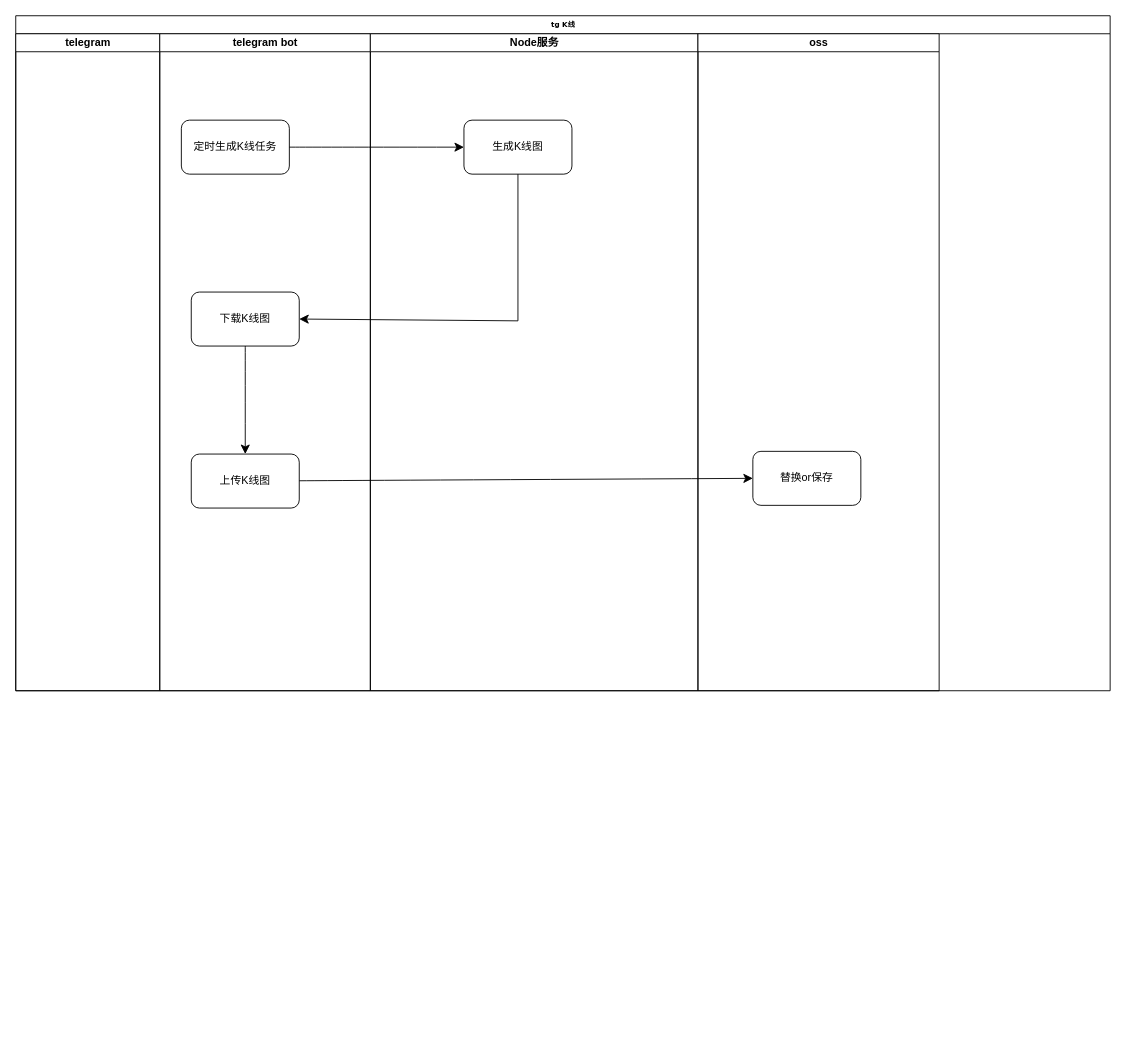
xu-xiwei/drawio keeps this draw.io diagram as tg报价优化.drawio. Above is the earlier version. Source tidied: cells renumbered, new cells numbered last; positions are measured from the earlier drawing's top-left corner, leaving out a move shared by most shapes. Both pictures are drawn from the tidied source at 90%, with x=0, y=0 at pixel (15, 15).
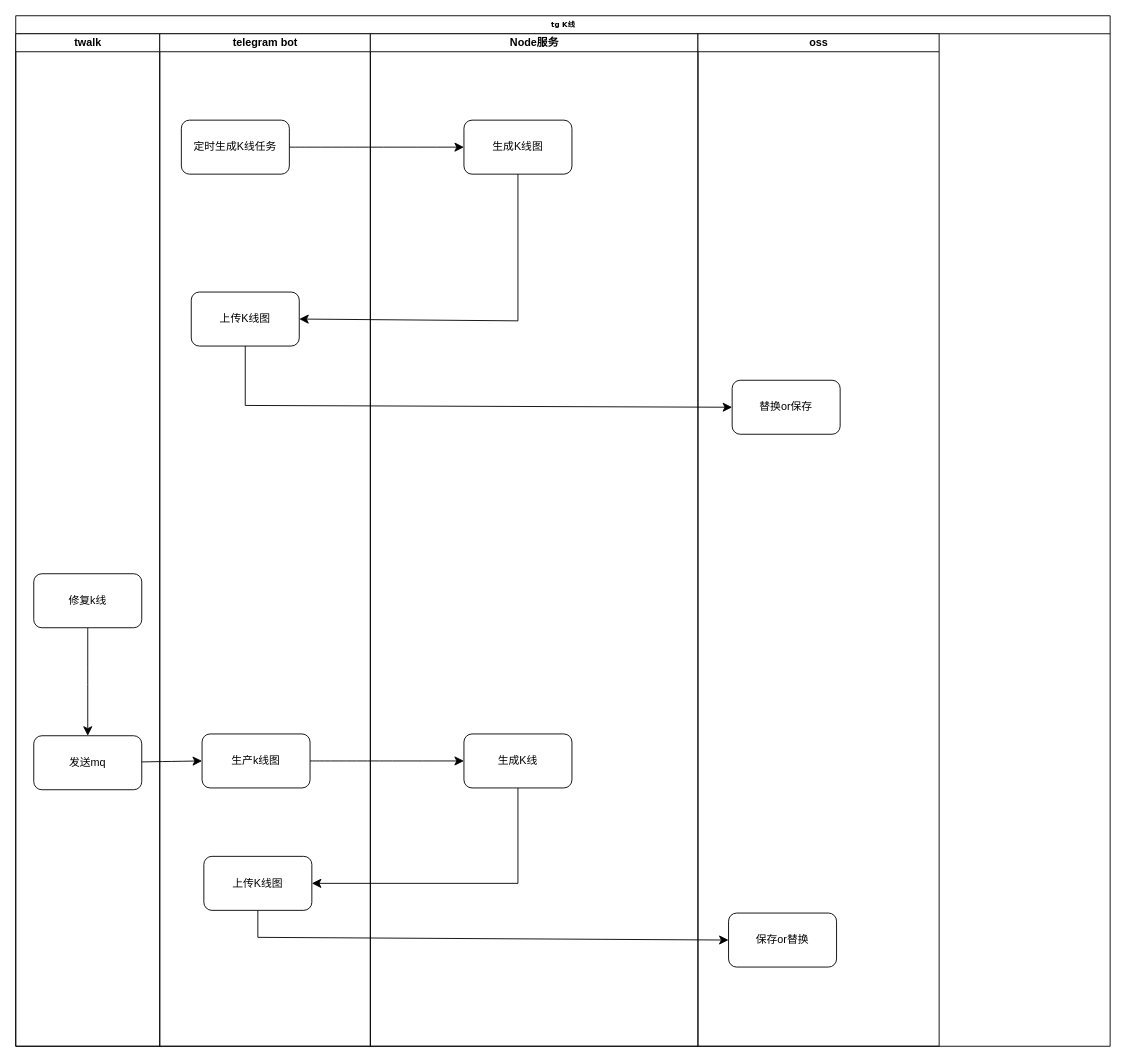
Above is the later version.

Commit message (it also covers changes not shown here):
更新tg报价优化.drawio

The edit, as a diff of the source:
```diff
@@
     <mxCell id="2" value="tg K线" style="swimlane;html=1;startSize=20;rounded=0;shadow=0;labelBackgroundColor=none;strokeWidth=1;fontFamily=Verdana;fontSize=8;align=center;" parent="1" vertex="1">
-      <mxGeometry width="1216" height="750" as="geometry" />
+      <mxGeometry width="1216" height="1145" as="geometry" />
     </mxCell>
-    <mxCell id="3" value="telegram" style="swimlane;html=1;startSize=20;" parent="2" vertex="1">
-      <mxGeometry y="20" width="160" height="730" as="geometry" />
+    <mxCell id="3" value="twalk" style="swimlane;html=1;startSize=20;" parent="2" vertex="1">
+      <mxGeometry y="20" width="160" height="1125" as="geometry" />
     </mxCell>
+    <mxCell id="16" style="edgeStyle=none;curved=1;rounded=0;jettySize=auto;html=1;fontSize=12;startSize=8;endSize=8;" parent="3" edge="1" source="17" target="18">
+      <mxGeometry relative="1" as="geometry" />
+    </mxCell>
+    <mxCell id="17" value="修复k线" style="rounded=1;whiteSpace=wrap;html=1;" parent="3" vertex="1">
+      <mxGeometry x="20" y="600" width="120" height="60" as="geometry" />
+    </mxCell>
+    <mxCell id="18" value="发送mq" style="whiteSpace=wrap;html=1;rounded=1;" parent="3" vertex="1">
+      <mxGeometry x="20" y="780" width="120" height="60" as="geometry" />
+    </mxCell>
     <mxCell id="4" value="telegram bot" style="swimlane;html=1;startSize=20;" parent="2" vertex="1">
-      <mxGeometry x="160" y="20" width="234" height="730" as="geometry" />
+      <mxGeometry x="160" y="20" width="234" height="1125" as="geometry" />
     </mxCell>
@@
-    <mxCell id="6" style="edgeStyle=none;curved=1;rounded=0;jettySize=auto;html=1;fontSize=12;startSize=8;endSize=8;" parent="4" edge="1" source="7" target="8">
-      <mxGeometry relative="1" as="geometry" />
-    </mxCell>
-    <mxCell id="7" value="下载K线图" style="whiteSpace=wrap;html=1;rounded=1;" parent="4" vertex="1">
+    <mxCell id="7" value="上传K线图" style="whiteSpace=wrap;html=1;rounded=1;" parent="4" vertex="1">
       <mxGeometry x="35" y="287" width="120" height="60" as="geometry" />
     </mxCell>
+    <mxCell id="19" value="生产k线图" style="rounded=1;whiteSpace=wrap;html=1;" parent="4" vertex="1">
+      <mxGeometry x="47" y="778" width="120" height="60" as="geometry" />
+    </mxCell>
     <mxCell id="8" value="上传K线图" style="whiteSpace=wrap;html=1;rounded=1;" parent="4" vertex="1">
-      <mxGeometry x="35" y="467" width="120" height="60" as="geometry" />
+      <mxGeometry x="49" y="914" width="120" height="60" as="geometry" />
     </mxCell>
     <mxCell id="9" value="Node服务" style="swimlane;html=1;startSize=20;" parent="2" vertex="1">
-      <mxGeometry x="394" y="20" width="364" height="730" as="geometry" />
+      <mxGeometry x="394" y="20" width="364" height="1125" as="geometry" />
     </mxCell>
@@
+    <mxCell id="20" value="生成K线" style="whiteSpace=wrap;html=1;rounded=1;" parent="9" vertex="1">
+      <mxGeometry x="104" y="778" width="120" height="60" as="geometry" />
+    </mxCell>
     <mxCell id="11" value="oss" style="swimlane;html=1;startSize=20;" parent="2" vertex="1">
-      <mxGeometry x="758" y="20" width="268" height="730" as="geometry" />
+      <mxGeometry x="758" y="20" width="268" height="1125" as="geometry" />
     </mxCell>
     <mxCell id="12" value="替换or保存" style="whiteSpace=wrap;html=1;rounded=1;" parent="11" vertex="1">
-      <mxGeometry x="61" y="464" width="120" height="60" as="geometry" />
+      <mxGeometry x="38" y="385" width="120" height="60" as="geometry" />
     </mxCell>
+    <mxCell id="21" value="保存or替换" style="rounded=1;whiteSpace=wrap;html=1;" parent="11" vertex="1">
+      <mxGeometry x="34" y="977" width="120" height="60" as="geometry" />
+    </mxCell>
@@
-    <mxCell id="15" style="edgeStyle=none;curved=1;rounded=0;jettySize=auto;html=1;entryX=0;entryY=0.5;entryDx=0;entryDy=0;fontSize=12;startSize=8;endSize=8;" parent="2" edge="1" source="8" target="12">
-      <mxGeometry relative="1" as="geometry" />
-    </mxCell>
+    <mxCell id="22" style="edgeStyle=none;curved=1;rounded=0;jettySize=auto;html=1;fontSize=12;startSize=8;endSize=8;" parent="2" edge="1" source="19" target="20">
+      <mxGeometry relative="1" as="geometry" />
+    </mxCell>
+    <mxCell id="23" style="edgeStyle=none;curved=0;rounded=0;jettySize=auto;html=1;entryX=0;entryY=0.5;entryDx=0;entryDy=0;fontSize=12;startSize=8;endSize=8;" parent="2" edge="1" source="7" target="12">
+      <mxGeometry relative="1" as="geometry">
+        <Array as="points">
+          <mxPoint x="255" y="433" />
+        </Array>
+      </mxGeometry>
+    </mxCell>
+    <mxCell id="24" style="edgeStyle=none;curved=0;rounded=0;jettySize=auto;html=1;entryX=1;entryY=0.5;entryDx=0;entryDy=0;fontSize=12;startSize=8;endSize=8;" parent="2" edge="1" source="20" target="8">
+      <mxGeometry relative="1" as="geometry">
+        <Array as="points">
+          <mxPoint x="558" y="964" />
+        </Array>
+      </mxGeometry>
+    </mxCell>
+    <mxCell id="25" style="edgeStyle=none;curved=0;rounded=0;jettySize=auto;html=1;entryX=0;entryY=0.5;entryDx=0;entryDy=0;fontSize=12;startSize=8;endSize=8;" parent="2" edge="1" source="8" target="21">
+      <mxGeometry relative="1" as="geometry">
+        <Array as="points">
+          <mxPoint x="269" y="1024" />
+        </Array>
+      </mxGeometry>
+    </mxCell>
+    <mxCell id="26" style="edgeStyle=none;curved=1;rounded=0;jettySize=auto;html=1;entryX=0;entryY=0.5;entryDx=0;entryDy=0;fontSize=12;startSize=8;endSize=8;" parent="2" edge="1" source="18" target="19">
+      <mxGeometry relative="1" as="geometry" />
+    </mxCell>
```
